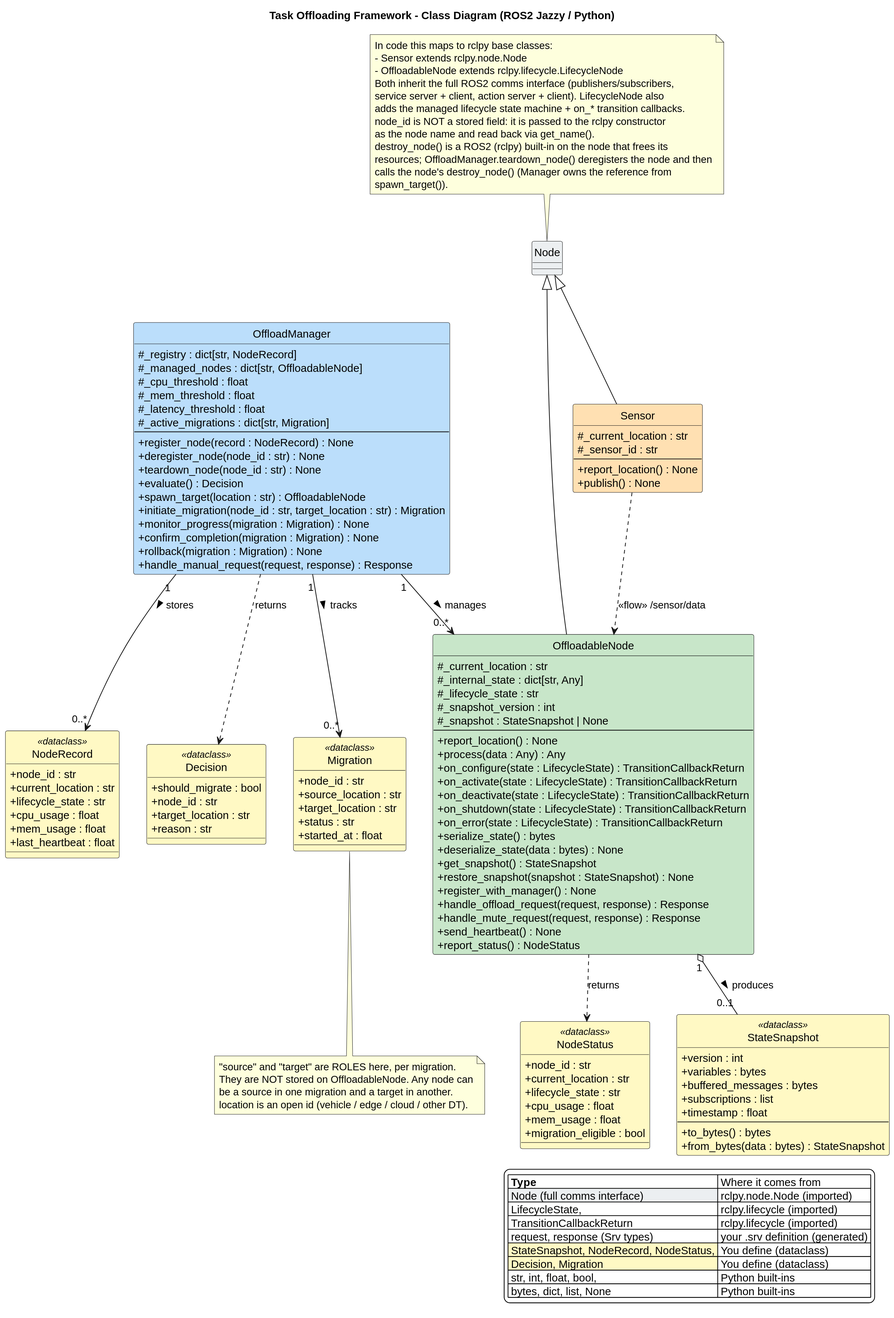
Above: diagrams/5_class_diagram.svg in tridibbanik17/Task_Offloading_Initial_Architecture (PlantUML), before the change.
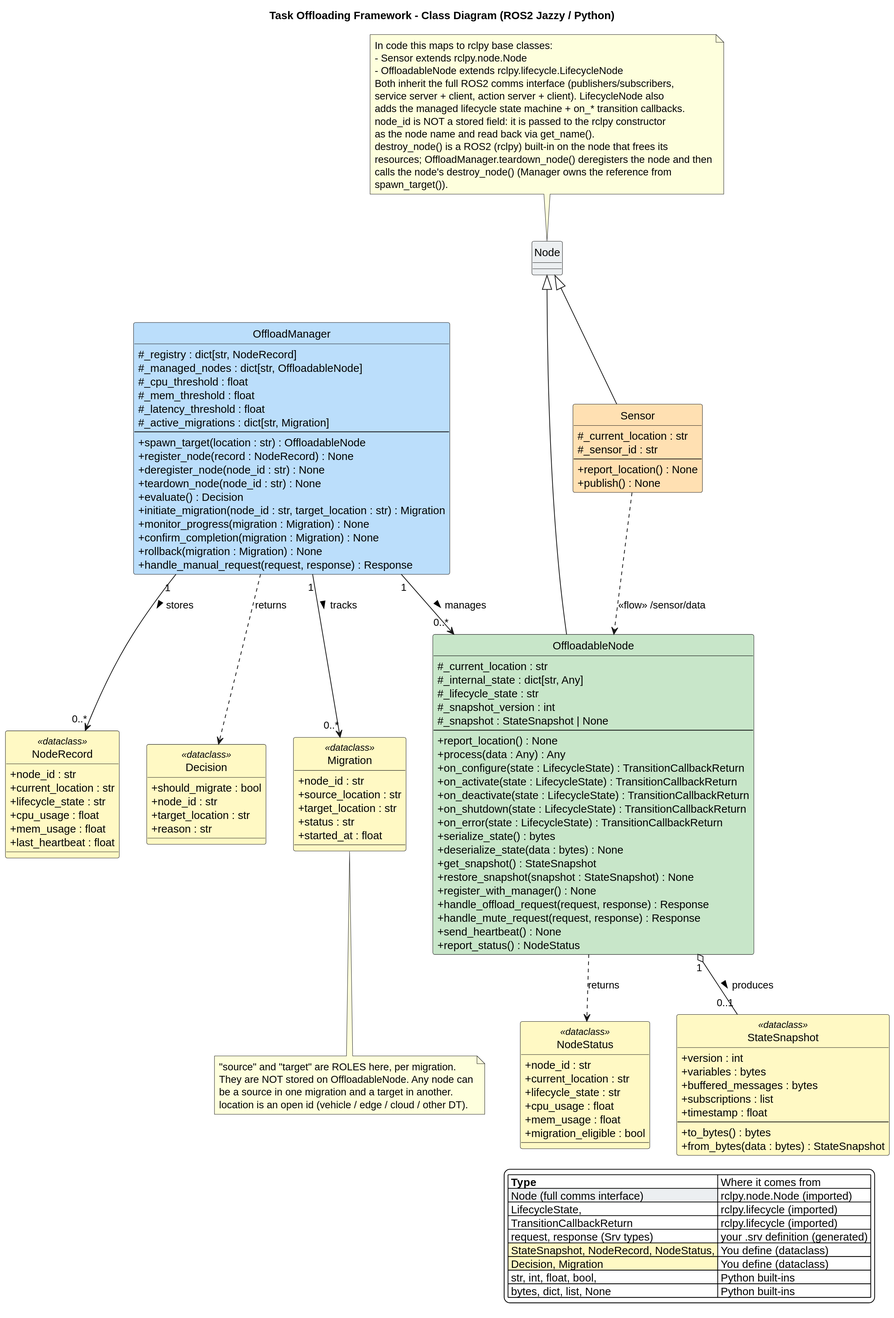
The same file after the commit.

Commit message:
Reorder OffloadManager: spawn_target() first (creation); remove Images/ from repo

Change to the diagram source:
```diff
@@ -58,11 +58,11 @@
     # _latency_threshold : float
     # _active_migrations : dict[str, Migration]
     --
+    + spawn_target(location : str) : OffloadableNode
     + register_node(record : NodeRecord) : None
     + deregister_node(node_id : str) : None
     + teardown_node(node_id : str) : None
     + evaluate() : Decision
-    + spawn_target(location : str) : OffloadableNode
     + initiate_migration(node_id : str, target_location : str) : Migration
     + monitor_progress(migration : Migration) : None
     + confirm_completion(migration : Migration) : None
```
